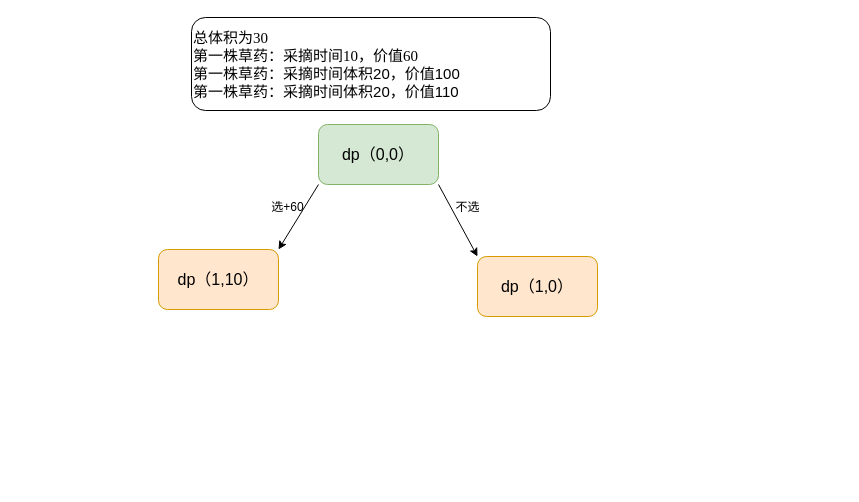
Before: 20230624.drawio in 1804040636/picgo, a draw.io diagram. Source tidied: cells renumbered, new cells numbered last; positions are measured from the earlier drawing's top-left corner, leaving out a move shared by most shapes. Both pictures are drawn from the tidied source at 100%, with x=0, y=0 at pixel (158, 17).
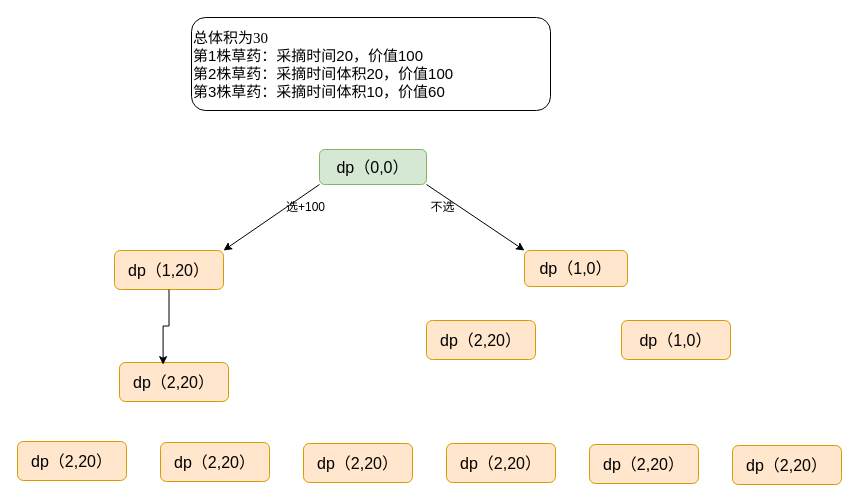
Above is the later version.

The edit, as a diff of the source:
```diff
@@
 <mxGraphModel>
   <root>
     <mxCell id="0" />
     <mxCell id="1" parent="0" />
     <mxCell id="2" style="rounded=0;jettySize=auto;html=1;exitX=0;exitY=1;exitDx=0;exitDy=0;entryX=1;entryY=0;entryDx=0;entryDy=0;" parent="1" edge="1" source="4" target="5">
       <mxGeometry relative="1" as="geometry" />
     </mxCell>
     <mxCell id="3" style="rounded=0;jettySize=auto;html=1;exitX=1;exitY=1;exitDx=0;exitDy=0;entryX=0;entryY=0;entryDx=0;entryDy=0;" parent="1" edge="1" source="4" target="6">
       <mxGeometry relative="1" as="geometry" />
     </mxCell>
     <mxCell id="4" value="&lt;font style=&quot;font-size: 16px;&quot;&gt;dp（0,0）&lt;/font&gt;" style="rounded=1;whiteSpace=wrap;html=1;fillColor=#d5e8d4;strokeColor=#82b366;" parent="1" vertex="1">
-      <mxGeometry x="160" y="107" width="120" height="60" as="geometry" />
+      <mxGeometry x="161" y="132" width="107" height="35" as="geometry" />
     </mxCell>
-    <mxCell id="5" value="&lt;font style=&quot;font-size: 16px;&quot;&gt;dp（1,10）&lt;/font&gt;" style="rounded=1;whiteSpace=wrap;html=1;fillColor=#ffe6cc;strokeColor=#d79b00;" parent="1" vertex="1">
-      <mxGeometry y="232" width="120" height="60" as="geometry" />
+    <mxCell id="5" value="&lt;font style=&quot;font-size: 16px;&quot;&gt;dp（1,20）&lt;/font&gt;" style="rounded=1;whiteSpace=wrap;html=1;fillColor=#ffe6cc;strokeColor=#d79b00;" parent="1" vertex="1">
+      <mxGeometry x="-44" y="233" width="109" height="39" as="geometry" />
     </mxCell>
     <mxCell id="6" value="&lt;font style=&quot;font-size: 16px;&quot;&gt;dp（1,0）&lt;/font&gt;" style="rounded=1;whiteSpace=wrap;html=1;fillColor=#ffe6cc;strokeColor=#d79b00;" parent="1" vertex="1">
-      <mxGeometry x="319" y="239" width="120" height="60" as="geometry" />
+      <mxGeometry x="366" y="233" width="103" height="36" as="geometry" />
     </mxCell>
-    <mxCell id="7" value="&lt;div&gt;&lt;font face=&quot;Times New Roman&quot;&gt;总体积为30&lt;/font&gt;&lt;/div&gt;&lt;font face=&quot;Times New Roman&quot; style=&quot;font-size: 15px;&quot;&gt;第一株草药：采摘时间10，价值60&lt;br&gt;&lt;/font&gt;&lt;div style=&quot;font-size: 15px;&quot;&gt;&lt;span style=&quot;font-family: &amp;quot;Times New Roman&amp;quot;; background-color: initial;&quot;&gt;第一株草药&lt;/span&gt;&lt;font face=&quot;zLCYkSk26X6_iMs31UKw&quot; style=&quot;font-size: 15px;&quot;&gt;：&lt;/font&gt;&lt;span style=&quot;font-family: &amp;quot;Times New Roman&amp;quot;; background-color: initial;&quot;&gt;采摘时间&lt;/span&gt;&lt;span style=&quot;font-family: zLCYkSk26X6_iMs31UKw; background-color: initial;&quot;&gt;体积20，价值100&lt;/span&gt;&lt;/div&gt;&lt;div style=&quot;font-size: 15px;&quot;&gt;&lt;span style=&quot;font-family: &amp;quot;Times New Roman&amp;quot;; background-color: initial;&quot;&gt;第一株草药&lt;/span&gt;&lt;font face=&quot;zLCYkSk26X6_iMs31UKw&quot; style=&quot;font-size: 15px;&quot;&gt;：&lt;/font&gt;&lt;span style=&quot;font-family: &amp;quot;Times New Roman&amp;quot;; background-color: initial;&quot;&gt;采摘时间&lt;/span&gt;&lt;span style=&quot;font-family: zLCYkSk26X6_iMs31UKw; background-color: initial;&quot;&gt;体积20，价值110&lt;/span&gt;&lt;/div&gt;" style="rounded=1;whiteSpace=wrap;html=1;align=left;fontSize=15;" parent="1" vertex="1">
+    <mxCell id="7" value="&lt;div&gt;&lt;font face=&quot;Times New Roman&quot;&gt;总体积为30&lt;/font&gt;&lt;/div&gt;&lt;font face=&quot;YaJ0R3QCzbP8KVSOE0K6&quot; style=&quot;font-size: 15px;&quot;&gt;第1株草药：采摘时间20，价值100&lt;br&gt;&lt;/font&gt;&lt;div style=&quot;font-size: 15px;&quot;&gt;&lt;font face=&quot;YaJ0R3QCzbP8KVSOE0K6&quot;&gt;&lt;span style=&quot;background-color: initial;&quot;&gt;第2株草药&lt;/span&gt;&lt;font style=&quot;font-size: 15px;&quot;&gt;：&lt;/font&gt;&lt;span style=&quot;background-color: initial;&quot;&gt;采摘时间&lt;/span&gt;&lt;span style=&quot;background-color: initial;&quot;&gt;体积20，价值100&lt;/span&gt;&lt;/font&gt;&lt;/div&gt;&lt;div style=&quot;font-size: 15px;&quot;&gt;&lt;font face=&quot;YaJ0R3QCzbP8KVSOE0K6&quot;&gt;&lt;span style=&quot;background-color: initial;&quot;&gt;第3株草药&lt;/span&gt;&lt;font style=&quot;font-size: 15px;&quot;&gt;：&lt;/font&gt;&lt;span style=&quot;background-color: initial;&quot;&gt;采摘时间&lt;/span&gt;&lt;span style=&quot;background-color: initial;&quot;&gt;体积10，价值60&lt;/span&gt;&lt;/font&gt;&lt;/div&gt;" style="rounded=1;whiteSpace=wrap;html=1;align=left;fontSize=15;" parent="1" vertex="1">
       <mxGeometry x="33" width="359" height="93" as="geometry" />
     </mxCell>
-    <mxCell id="8" value="选+60" style="text;html=1;align=center;verticalAlign=middle;strokeColor=none;fillColor=none;" parent="1" vertex="1">
-      <mxGeometry x="104" y="177" width="50" height="26" as="geometry" />
+    <mxCell id="8" value="选+100" style="text;html=1;align=center;verticalAlign=middle;strokeColor=none;fillColor=none;" parent="1" vertex="1">
+      <mxGeometry x="118" y="177" width="57" height="26" as="geometry" />
     </mxCell>
     <mxCell id="9" value="不选" style="text;html=1;align=center;verticalAlign=middle;strokeColor=none;fillColor=none;" parent="1" vertex="1">
-      <mxGeometry x="288" y="177" width="42" height="26" as="geometry" />
+      <mxGeometry x="263" y="177" width="42" height="26" as="geometry" />
     </mxCell>
+    <mxCell id="10" value="&lt;font style=&quot;font-size: 16px;&quot;&gt;dp（2,20）&lt;/font&gt;" style="rounded=1;whiteSpace=wrap;html=1;fillColor=#ffe6cc;strokeColor=#d79b00;" parent="1" vertex="1">
+      <mxGeometry x="-39" y="345" width="109" height="39" as="geometry" />
+    </mxCell>
+    <mxCell id="11" value="&lt;font style=&quot;font-size: 16px;&quot;&gt;dp（2,20）&lt;/font&gt;" style="rounded=1;whiteSpace=wrap;html=1;fillColor=#ffe6cc;strokeColor=#d79b00;" parent="1" vertex="1">
+      <mxGeometry x="268" y="303" width="109" height="39" as="geometry" />
+    </mxCell>
+    <mxCell id="12" value="&lt;font style=&quot;font-size: 16px;&quot;&gt;dp（1,0）&lt;/font&gt;" style="rounded=1;whiteSpace=wrap;html=1;fillColor=#ffe6cc;strokeColor=#d79b00;" parent="1" vertex="1">
+      <mxGeometry x="463" y="303" width="109" height="39" as="geometry" />
+    </mxCell>
+    <mxCell id="13" style="edgeStyle=orthogonalEdgeStyle;rounded=0;jettySize=auto;html=1;exitX=0.5;exitY=1;exitDx=0;exitDy=0;entryX=0.4;entryY=0.056;entryDx=0;entryDy=0;entryPerimeter=0;" parent="1" edge="1" source="5" target="10">
+      <mxGeometry relative="1" as="geometry" />
+    </mxCell>
+    <mxCell id="14" value="&lt;font style=&quot;font-size: 16px;&quot;&gt;dp（2,20）&lt;/font&gt;" style="rounded=1;whiteSpace=wrap;html=1;fillColor=#ffe6cc;strokeColor=#d79b00;" parent="1" vertex="1">
+      <mxGeometry x="-141" y="424" width="109" height="39" as="geometry" />
+    </mxCell>
+    <mxCell id="15" value="&lt;font style=&quot;font-size: 16px;&quot;&gt;dp（2,20）&lt;/font&gt;" style="rounded=1;whiteSpace=wrap;html=1;fillColor=#ffe6cc;strokeColor=#d79b00;" parent="1" vertex="1">
+      <mxGeometry x="2" y="425" width="109" height="39" as="geometry" />
+    </mxCell>
+    <mxCell id="16" value="&lt;font style=&quot;font-size: 16px;&quot;&gt;dp（2,20）&lt;/font&gt;" style="rounded=1;whiteSpace=wrap;html=1;fillColor=#ffe6cc;strokeColor=#d79b00;" parent="1" vertex="1">
+      <mxGeometry x="145" y="426" width="109" height="39" as="geometry" />
+    </mxCell>
+    <mxCell id="17" value="&lt;font style=&quot;font-size: 16px;&quot;&gt;dp（2,20）&lt;/font&gt;" style="rounded=1;whiteSpace=wrap;html=1;fillColor=#ffe6cc;strokeColor=#d79b00;" parent="1" vertex="1">
+      <mxGeometry x="288" y="426" width="109" height="39" as="geometry" />
+    </mxCell>
+    <mxCell id="18" value="&lt;font style=&quot;font-size: 16px;&quot;&gt;dp（2,20）&lt;/font&gt;" style="rounded=1;whiteSpace=wrap;html=1;fillColor=#ffe6cc;strokeColor=#d79b00;" parent="1" vertex="1">
+      <mxGeometry x="431" y="427" width="109" height="39" as="geometry" />
+    </mxCell>
+    <mxCell id="19" value="&lt;font style=&quot;font-size: 16px;&quot;&gt;dp（2,20）&lt;/font&gt;" style="rounded=1;whiteSpace=wrap;html=1;fillColor=#ffe6cc;strokeColor=#d79b00;" parent="1" vertex="1">
+      <mxGeometry x="574" y="428" width="109" height="39" as="geometry" />
+    </mxCell>
   </root>
 </mxGraphModel>
```
